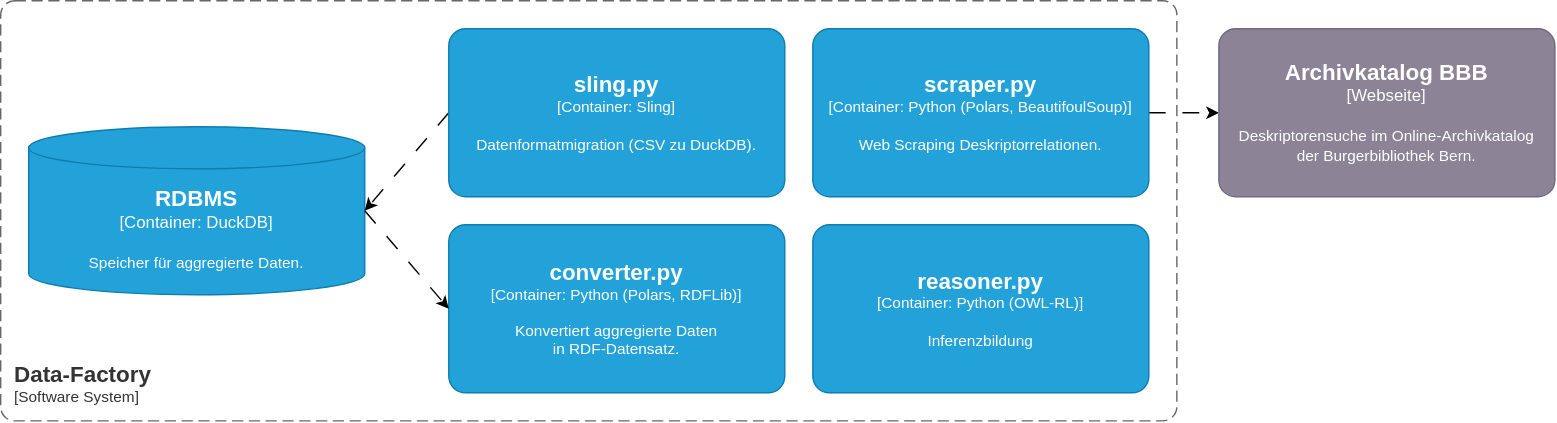
giodi/knex keeps this draw.io diagram as docs/presentation/media/c4-data.svg. Above is the earlier version. Source tidied: cells renumbered, new cells last; positions are measured from the earlier drawing's top-left corner, leaving out a move shared by most shapes.
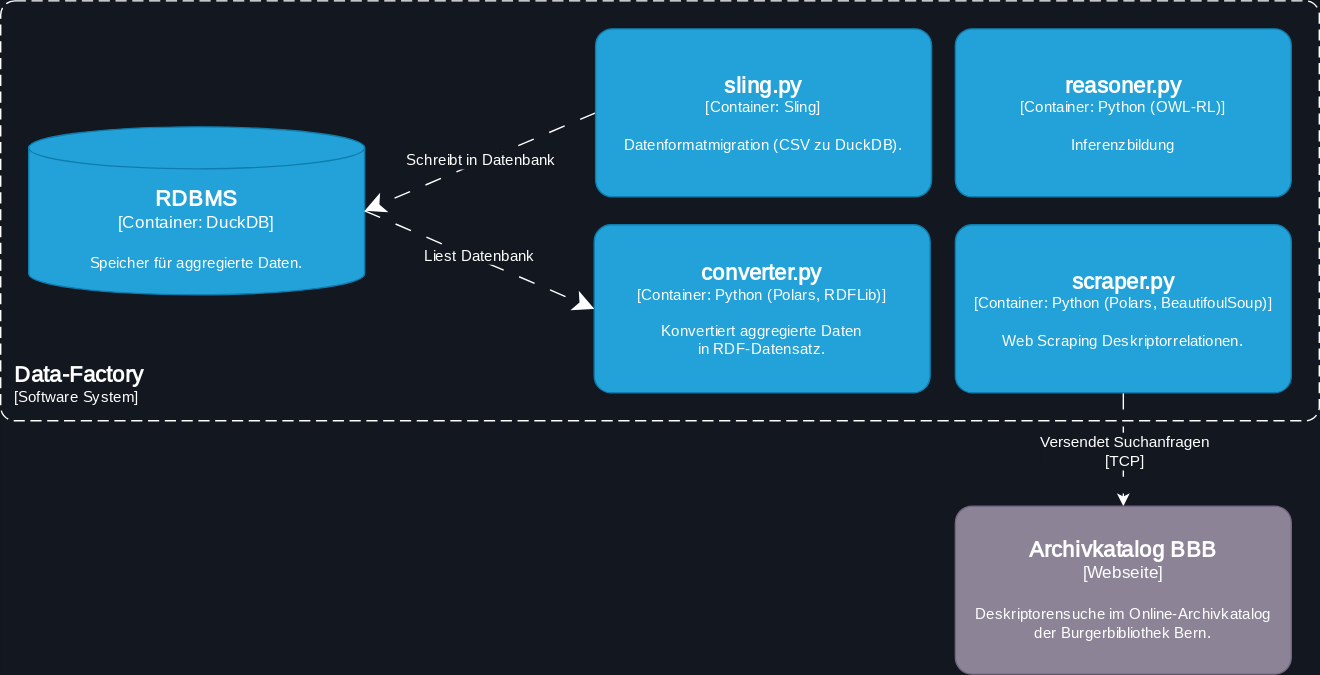
Later version of the same file.

Diff of the diagram source:
```diff
@@ -1,50 +1,65 @@
-<mxGraphModel>
+<mxGraphModel background="light-dark(#13171f, #121212)">
   <root>
     <mxCell id="0" />
     <mxCell id="1" parent="0" />
-    <object id="2" label="&lt;font style=&quot;font-size: 16px&quot;&gt;&lt;b&gt;&lt;div style=&quot;text-align: left&quot;&gt;%c4Name%&lt;/div&gt;&lt;/b&gt;&lt;/font&gt;&lt;div style=&quot;text-align: left&quot;&gt;[%c4Application%]&lt;/div&gt;" c4Application="Software System" c4Name="Data-Factory" c4Type="SystemScopeBoundary" placeholders="1">
-      <mxCell style="rounded=1;fontSize=11;whiteSpace=wrap;html=1;dashed=1;arcSize=20;fillColor=none;strokeColor=#666666;fontColor=#333333;labelBackgroundColor=none;align=left;verticalAlign=bottom;labelBorderColor=none;spacingTop=0;spacing=10;dashPattern=8 4;perimeter=rectanglePerimeter;noLabel=0;labelPadding=0;absoluteArcSize=1;" parent="1" vertex="1">
-        <mxGeometry width="840" height="300" as="geometry" />
+    <object id="2" label="&lt;font style=&quot;font-size: 16px&quot; color=&quot;#fff&quot;&gt;&lt;b&gt;&lt;div style=&quot;text-align: left&quot;&gt;%c4Name%&lt;/div&gt;&lt;/b&gt;&lt;/font&gt;&lt;div style=&quot;text-align: left&quot;&gt;&lt;font color=&quot;#fff&quot;&gt;[%c4Application%]&lt;/font&gt;&lt;/div&gt;" c4Application="Software System" c4Name="Data-Factory" c4Type="SystemScopeBoundary" placeholders="1">
+      <mxCell style="rounded=1;fontSize=11;whiteSpace=wrap;html=1;dashed=1;arcSize=20;fillColor=none;strokeColor=#FFFFFF;fontColor=#333333;labelBackgroundColor=none;align=left;verticalAlign=bottom;labelBorderColor=none;spacingTop=0;spacing=10;dashPattern=8 4;perimeter=rectanglePerimeter;noLabel=0;labelPadding=0;absoluteArcSize=1;fontFamily=Archivo;fontSource=https%3A%2F%2Ffonts.googleapis.com%2Fcss%3Ffamily%3DArchivo;" parent="1" vertex="1">
+        <mxGeometry x="-12" y="-52" width="942" height="300" as="geometry" />
       </mxCell>
     </object>
     <object id="3" label="&lt;font style=&quot;font-size: 16px&quot;&gt;&lt;b&gt;%c4Name%&lt;/b&gt;&lt;/font&gt;&lt;div&gt;[%c4Type%:&amp;nbsp;%c4Technology%]&lt;/div&gt;&lt;br&gt;&lt;div&gt;&lt;font style=&quot;font-size: 11px&quot;&gt;&lt;font color=&quot;#FFF&quot;&gt;%c4Description%&lt;/font&gt;&lt;/div&gt;" c4Description="Speicher für aggregierte Daten." c4Name="RDBMS" c4Technology="DuckDB" c4Type="Container" placeholders="1">
-      <mxCell style="shape=cylinder3;size=15;whiteSpace=wrap;html=1;boundedLbl=1;rounded=0;labelBackgroundColor=none;fillColor=#23A2D9;fontSize=12;fontColor=#ffffff;align=center;strokeColor=#0E7DAD;points=[[0.5,0,0],[1,0.25,0],[1,0.5,0],[1,0.75,0],[0.5,1,0],[0,0.75,0],[0,0.5,0],[0,0.25,0]];" parent="1" vertex="1">
-        <mxGeometry x="20" y="90" width="240" height="120" as="geometry" />
+      <mxCell style="shape=cylinder3;size=15;whiteSpace=wrap;html=1;boundedLbl=1;rounded=0;labelBackgroundColor=none;fillColor=#23A2D9;fontSize=12;fontColor=#ffffff;align=center;strokeColor=#0E7DAD;points=[[0.5,0,0],[1,0.25,0],[1,0.5,0],[1,0.75,0],[0.5,1,0],[0,0.75,0],[0,0.5,0],[0,0.25,0]];fontFamily=Archivo;fontSource=https%3A%2F%2Ffonts.googleapis.com%2Fcss%3Ffamily%3DArchivo;" parent="1" vertex="1">
+        <mxGeometry x="8" y="38" width="240" height="120" as="geometry" />
       </mxCell>
     </object>
-    <mxCell id="4" style="rounded=0;jettySize=auto;html=1;exitX=0;exitY=0.5;exitDx=0;exitDy=0;exitPerimeter=0;dashed=1;dashPattern=12 12;entryX=1;entryY=0.5;entryDx=0;entryDy=0;entryPerimeter=0;" parent="1" edge="1" source="5" target="3">
+    <mxCell id="4" style="rounded=0;jettySize=auto;html=1;exitX=0;exitY=0.5;exitDx=0;exitDy=0;exitPerimeter=0;dashed=1;dashPattern=12 12;entryX=1;entryY=0.5;entryDx=0;entryDy=0;entryPerimeter=0;fontFamily=Archivo;fontSource=https%3A%2F%2Ffonts.googleapis.com%2Fcss%3Ffamily%3DArchivo;strokeColor=#FFFFFF;strokeWidth=1;endSize=12;" parent="1" edge="1" source="6" target="3">
       <mxGeometry relative="1" as="geometry" />
     </mxCell>
-    <object id="5" label="&lt;font style=&quot;font-size: 16px&quot;&gt;&lt;b&gt;%c4Name%&lt;/b&gt;&lt;/font&gt;&lt;div&gt;[%c4Type%: %c4Technology%]&lt;/div&gt;&lt;br&gt;&lt;div&gt;&lt;font style=&quot;font-size: 11px&quot;&gt;&lt;font color=&quot;#E6E6E6&quot;&gt;%c4Description%&lt;/font&gt;&lt;/div&gt;" c4Description="Datenformatmigration (CSV zu DuckDB)." c4Name="sling.py" c4Technology="Sling" c4Type="Container" placeholders="1">
-      <mxCell style="rounded=1;whiteSpace=wrap;html=1;fontSize=11;labelBackgroundColor=none;fillColor=#23A2D9;fontColor=#ffffff;align=center;arcSize=10;strokeColor=#0E7DAD;points=[[0.25,0,0],[0.5,0,0],[0.75,0,0],[1,0.25,0],[1,0.5,0],[1,0.75,0],[0.75,1,0],[0.5,1,0],[0.25,1,0],[0,0.75,0],[0,0.5,0],[0,0.25,0]];" parent="1" vertex="1">
-        <mxGeometry x="320" y="20" width="240" height="120" as="geometry" />
-      </mxCell>
-    </object>
+    <mxCell id="5" value="Schreibt in Datenbank" style="edgeLabel;html=1;align=center;verticalAlign=middle;points=[];labelBackgroundColor=#13171F;fontColor=#FFFFFF;fontFamily=Archivo;fontSource=https%3A%2F%2Ffonts.googleapis.com%2Fcss%3Ffamily%3DArchivo;" parent="4" vertex="1">
+      <mxGeometry x="-0.04" relative="1" as="geometry">
+        <mxPoint x="-4" as="offset" />
+      </mxGeometry>
+    </mxCell>
-    <mxCell id="6" style="rounded=0;jettySize=auto;html=1;exitX=1;exitY=0.5;exitDx=0;exitDy=0;exitPerimeter=0;dashed=1;dashPattern=12 12;" parent="1" edge="1" source="7" target="10">
-      <mxGeometry relative="1" as="geometry" />
-    </mxCell>
+    <object id="6" label="&lt;font style=&quot;font-size: 16px&quot;&gt;&lt;b&gt;%c4Name%&lt;/b&gt;&lt;/font&gt;&lt;div&gt;[%c4Type%: %c4Technology%]&lt;/div&gt;&lt;br&gt;&lt;div&gt;&lt;font style=&quot;font-size: 11px&quot;&gt;&lt;font color=&quot;#fff&quot;&gt;%c4Description%&lt;/font&gt;&lt;/div&gt;" c4Description="Datenformatmigration (CSV zu DuckDB)." c4Name="sling.py" c4Technology="Sling" c4Type="Container" placeholders="1">
+      <mxCell style="rounded=1;whiteSpace=wrap;html=1;fontSize=11;labelBackgroundColor=none;fillColor=#23A2D9;fontColor=#ffffff;align=center;arcSize=10;strokeColor=#0E7DAD;points=[[0.25,0,0],[0.5,0,0],[0.75,0,0],[1,0.25,0],[1,0.5,0],[1,0.75,0],[0.75,1,0],[0.5,1,0],[0.25,1,0],[0,0.75,0],[0,0.5,0],[0,0.25,0]];fontFamily=Archivo;fontSource=https%3A%2F%2Ffonts.googleapis.com%2Fcss%3Ffamily%3DArchivo;" parent="1" vertex="1">
+        <mxGeometry x="413" y="-32" width="240" height="120" as="geometry" />
+      </mxCell>
+    </object>
-    <object id="7" label="&lt;font style=&quot;font-size: 16px&quot;&gt;&lt;b&gt;%c4Name%&lt;/b&gt;&lt;/font&gt;&lt;div&gt;[%c4Type%: %c4Technology%]&lt;/div&gt;&lt;br&gt;&lt;div&gt;&lt;font style=&quot;font-size: 11px&quot;&gt;&lt;font color=&quot;#E6E6E6&quot;&gt;%c4Description%&lt;/font&gt;&lt;/div&gt;" c4Description="Web Scraping Deskriptorrelationen." c4Name="scraper.py" c4Technology="Python (Polars, BeautifoulSoup)" c4Type="Container" placeholders="1">
-      <mxCell style="rounded=1;whiteSpace=wrap;html=1;fontSize=11;labelBackgroundColor=none;fillColor=#23A2D9;fontColor=#ffffff;align=center;arcSize=10;strokeColor=#0E7DAD;points=[[0.25,0,0],[0.5,0,0],[0.75,0,0],[1,0.25,0],[1,0.5,0],[1,0.75,0],[0.75,1,0],[0.5,1,0],[0.25,1,0],[0,0.75,0],[0,0.5,0],[0,0.25,0]];" parent="1" vertex="1">
-        <mxGeometry x="580" y="20" width="240" height="120" as="geometry" />
-      </mxCell>
-    </object>
+    <mxCell id="7" style="rounded=0;jettySize=auto;html=1;exitX=0.5;exitY=1;exitDx=0;exitDy=0;exitPerimeter=0;dashed=1;dashPattern=12 12;fontFamily=Archivo;fontSource=https%3A%2F%2Ffonts.googleapis.com%2Fcss%3Ffamily%3DArchivo;strokeColor=light-dark(#ffffff, #ededed);" parent="1" edge="1" source="9" target="12">
+      <mxGeometry relative="1" as="geometry" />
+    </mxCell>
-    <object id="8" label="&lt;font style=&quot;font-size: 16px&quot;&gt;&lt;b&gt;%c4Name%&lt;/b&gt;&lt;/font&gt;&lt;div&gt;[%c4Type%: %c4Technology%]&lt;/div&gt;&lt;br&gt;&lt;div&gt;&lt;font style=&quot;font-size: 11px&quot;&gt;&lt;font color=&quot;#E6E6E6&quot;&gt;%c4Description%&lt;/font&gt;&lt;/div&gt;" c4Description="Konvertiert aggregierte Daten&lt;br&gt; in RDF-Datensatz." c4Name="converter.py" c4Technology="Python (Polars, RDFLib)" c4Type="Container" placeholders="1">
-      <mxCell style="rounded=1;whiteSpace=wrap;html=1;fontSize=11;labelBackgroundColor=none;fillColor=#23A2D9;fontColor=#ffffff;align=center;arcSize=10;strokeColor=#0E7DAD;points=[[0.25,0,0],[0.5,0,0],[0.75,0,0],[1,0.25,0],[1,0.5,0],[1,0.75,0],[0.75,1,0],[0.5,1,0],[0.25,1,0],[0,0.75,0],[0,0.5,0],[0,0.25,0]];" parent="1" vertex="1">
-        <mxGeometry x="320" y="160" width="240" height="120" as="geometry" />
-      </mxCell>
-    </object>
+    <mxCell id="8" value="&lt;div&gt;Versendet Suchanfragen&lt;/div&gt;&lt;div&gt;[TCP]&lt;br&gt;&lt;/div&gt;" style="edgeLabel;html=1;align=center;verticalAlign=middle;points=[];fontColor=#FFFFFF;labelBackgroundColor=#13171F;" parent="7" vertex="1">
+      <mxGeometry x="-0.17" y="1" relative="1" as="geometry">
+        <mxPoint x="-1" y="8" as="offset" />
+      </mxGeometry>
+    </mxCell>
-    <object id="9" label="&lt;font style=&quot;font-size: 16px&quot;&gt;&lt;b&gt;%c4Name%&lt;/b&gt;&lt;/font&gt;&lt;div&gt;[%c4Type%: %c4Technology%]&lt;/div&gt;&lt;br&gt;&lt;div&gt;&lt;font style=&quot;font-size: 11px&quot;&gt;&lt;font color=&quot;#E6E6E6&quot;&gt;%c4Description%&lt;/font&gt;&lt;/div&gt;" c4Description="Inferenzbildung" c4Name="reasoner.py" c4Technology="Python (OWL-RL)" c4Type="Container" placeholders="1">
-      <mxCell style="rounded=1;whiteSpace=wrap;html=1;fontSize=11;labelBackgroundColor=none;fillColor=#23A2D9;fontColor=#ffffff;align=center;arcSize=10;strokeColor=#0E7DAD;points=[[0.25,0,0],[0.5,0,0],[0.75,0,0],[1,0.25,0],[1,0.5,0],[1,0.75,0],[0.75,1,0],[0.5,1,0],[0.25,1,0],[0,0.75,0],[0,0.5,0],[0,0.25,0]];" parent="1" vertex="1">
-        <mxGeometry x="580" y="160" width="240" height="120" as="geometry" />
+    <object id="9" label="&lt;font style=&quot;font-size: 16px&quot;&gt;&lt;b&gt;%c4Name%&lt;/b&gt;&lt;/font&gt;&lt;div&gt;[%c4Type%: %c4Technology%]&lt;/div&gt;&lt;br&gt;&lt;div&gt;&lt;font style=&quot;font-size: 11px&quot;&gt;&lt;font color=&quot;#fff&quot;&gt;%c4Description%&lt;/font&gt;&lt;/div&gt;" c4Description="Web Scraping Deskriptorrelationen." c4Name="scraper.py" c4Technology="Python (Polars, BeautifoulSoup)" c4Type="Container" placeholders="1">
+      <mxCell style="rounded=1;whiteSpace=wrap;html=1;fontSize=11;labelBackgroundColor=none;fillColor=#23A2D9;fontColor=#ffffff;align=center;arcSize=10;strokeColor=#0E7DAD;points=[[0.25,0,0],[0.5,0,0],[0.75,0,0],[1,0.25,0],[1,0.5,0],[1,0.75,0],[0.75,1,0],[0.5,1,0],[0.25,1,0],[0,0.75,0],[0,0.5,0],[0,0.25,0]];fontFamily=Archivo;fontSource=https%3A%2F%2Ffonts.googleapis.com%2Fcss%3Ffamily%3DArchivo;" parent="1" vertex="1">
+        <mxGeometry x="670" y="108" width="240" height="120" as="geometry" />
       </mxCell>
     </object>
-    <object id="10" label="&lt;font style=&quot;font-size: 16px&quot;&gt;&lt;b&gt;%c4Name%&lt;/b&gt;&lt;/font&gt;&lt;div&gt;[%c4Type%]&lt;/div&gt;&lt;br&gt;&lt;div&gt;&lt;font style=&quot;font-size: 11px&quot;&gt;&lt;font color=&quot;#cccccc&quot;&gt;%c4Description%&lt;/font&gt;&lt;/div&gt;" c4Description="Deskriptorensuche im Online-Archivkatalog&lt;br&gt; der Burgerbibliothek Bern." c4Name="Archivkatalog BBB" c4Type="Webseite" placeholders="1">
-      <mxCell style="rounded=1;whiteSpace=wrap;html=1;labelBackgroundColor=none;fillColor=#8C8496;fontColor=#ffffff;align=center;arcSize=10;strokeColor=#736782;points=[[0.25,0,0],[0.5,0,0],[0.75,0,0],[1,0.25,0],[1,0.5,0],[1,0.75,0],[0.75,1,0],[0.5,1,0],[0.25,1,0],[0,0.75,0],[0,0.5,0],[0,0.25,0]];" parent="1" vertex="1">
-        <mxGeometry x="870" y="20" width="240" height="120" as="geometry" />
+    <object id="10" label="&lt;font style=&quot;font-size: 16px&quot;&gt;&lt;b&gt;%c4Name%&lt;/b&gt;&lt;/font&gt;&lt;div&gt;[%c4Type%: %c4Technology%]&lt;/div&gt;&lt;br&gt;&lt;div&gt;&lt;font style=&quot;font-size: 11px&quot;&gt;&lt;font color=&quot;#fff&quot;&gt;%c4Description%&lt;/font&gt;&lt;/div&gt;" c4Description="Konvertiert aggregierte Daten&lt;br&gt; in RDF-Datensatz." c4Name="converter.py" c4Technology="Python (Polars, RDFLib)" c4Type="Container" placeholders="1">
+      <mxCell style="rounded=1;whiteSpace=wrap;html=1;fontSize=11;labelBackgroundColor=none;fillColor=#23A2D9;fontColor=#ffffff;align=center;arcSize=10;strokeColor=#0E7DAD;points=[[0.25,0,0],[0.5,0,0],[0.75,0,0],[1,0.25,0],[1,0.5,0],[1,0.75,0],[0.75,1,0],[0.5,1,0],[0.25,1,0],[0,0.75,0],[0,0.5,0],[0,0.25,0]];fontFamily=Archivo;fontSource=https%3A%2F%2Ffonts.googleapis.com%2Fcss%3Ffamily%3DArchivo;" parent="1" vertex="1">
+        <mxGeometry x="412" y="108" width="240" height="120" as="geometry" />
       </mxCell>
     </object>
-    <mxCell id="11" style="rounded=0;jettySize=auto;html=1;exitX=1;exitY=0.5;exitDx=0;exitDy=0;exitPerimeter=0;entryX=0;entryY=0.5;entryDx=0;entryDy=0;entryPerimeter=0;dashed=1;dashPattern=12 12;" parent="1" edge="1" source="3" target="8">
-      <mxGeometry relative="1" as="geometry" />
-    </mxCell>
+    <object id="11" label="&lt;font style=&quot;font-size: 16px&quot;&gt;&lt;b&gt;%c4Name%&lt;/b&gt;&lt;/font&gt;&lt;div&gt;[%c4Type%: %c4Technology%]&lt;/div&gt;&lt;br&gt;&lt;div&gt;&lt;font style=&quot;font-size: 11px&quot;&gt;&lt;font color=&quot;#fff&quot;&gt;%c4Description%&lt;/font&gt;&lt;/div&gt;" c4Description="Inferenzbildung" c4Name="reasoner.py" c4Technology="Python (OWL-RL)" c4Type="Container" placeholders="1">
+      <mxCell style="rounded=1;whiteSpace=wrap;html=1;fontSize=11;labelBackgroundColor=none;fillColor=#23A2D9;fontColor=#ffffff;align=center;arcSize=10;strokeColor=#0E7DAD;fontFamily=Archivo;fontSource=https%3A%2F%2Ffonts.googleapis.com%2Fcss%3Ffamily%3DArchivo;" parent="1" vertex="1">
+        <mxGeometry x="670" y="-32" width="240" height="120" as="geometry" />
+      </mxCell>
+    </object>
+    <object id="12" label="&lt;font style=&quot;font-size: 16px&quot;&gt;&lt;b&gt;%c4Name%&lt;/b&gt;&lt;/font&gt;&lt;div&gt;[%c4Type%]&lt;/div&gt;&lt;br&gt;&lt;div&gt;&lt;font style=&quot;font-size: 11px&quot;&gt;&lt;font color=&quot;#fff&quot;&gt;%c4Description%&lt;/font&gt;&lt;/div&gt;" c4Description="Deskriptorensuche im Online-Archivkatalog&lt;br&gt; der Burgerbibliothek Bern." c4Name="Archivkatalog BBB" c4Type="Webseite" placeholders="1">
+      <mxCell style="rounded=1;whiteSpace=wrap;html=1;labelBackgroundColor=none;fillColor=#8C8496;fontColor=#ffffff;align=center;arcSize=10;strokeColor=#736782;points=[[0.25,0,0],[0.5,0,0],[0.75,0,0],[1,0.25,0],[1,0.5,0],[1,0.75,0],[0.75,1,0],[0.5,1,0],[0.25,1,0],[0,0.75,0],[0,0.5,0],[0,0.25,0]];fontFamily=Archivo;fontSource=https%3A%2F%2Ffonts.googleapis.com%2Fcss%3Ffamily%3DArchivo;" parent="1" vertex="1">
+        <mxGeometry x="670" y="309" width="240" height="120" as="geometry" />
+      </mxCell>
+    </object>
+    <mxCell id="13" style="rounded=0;jettySize=auto;html=1;exitX=1;exitY=0.5;exitDx=0;exitDy=0;exitPerimeter=0;entryX=0;entryY=0.5;entryDx=0;entryDy=0;entryPerimeter=0;dashed=1;dashPattern=12 12;fontFamily=Archivo;fontSource=https%3A%2F%2Ffonts.googleapis.com%2Fcss%3Ffamily%3DArchivo;strokeColor=#FFFFFF;endSize=12;" parent="1" edge="1" source="3" target="10">
+      <mxGeometry relative="1" as="geometry" />
+    </mxCell>
+    <mxCell id="14" value="Liest Datenbank" style="edgeLabel;html=1;align=center;verticalAlign=middle;fontColor=#FFFFFF;labelBackgroundColor=#13171F;fontFamily=Archivo;fontSource=https%3A%2F%2Ffonts.googleapis.com%2Fcss%3Ffamily%3DArchivo;" parent="13" vertex="1">
+      <mxGeometry x="-0.03" y="1" relative="1" as="geometry">
+        <mxPoint x="2" y="-1" as="offset" />
+      </mxGeometry>
+    </mxCell>
   </root>
 </mxGraphModel>
```
